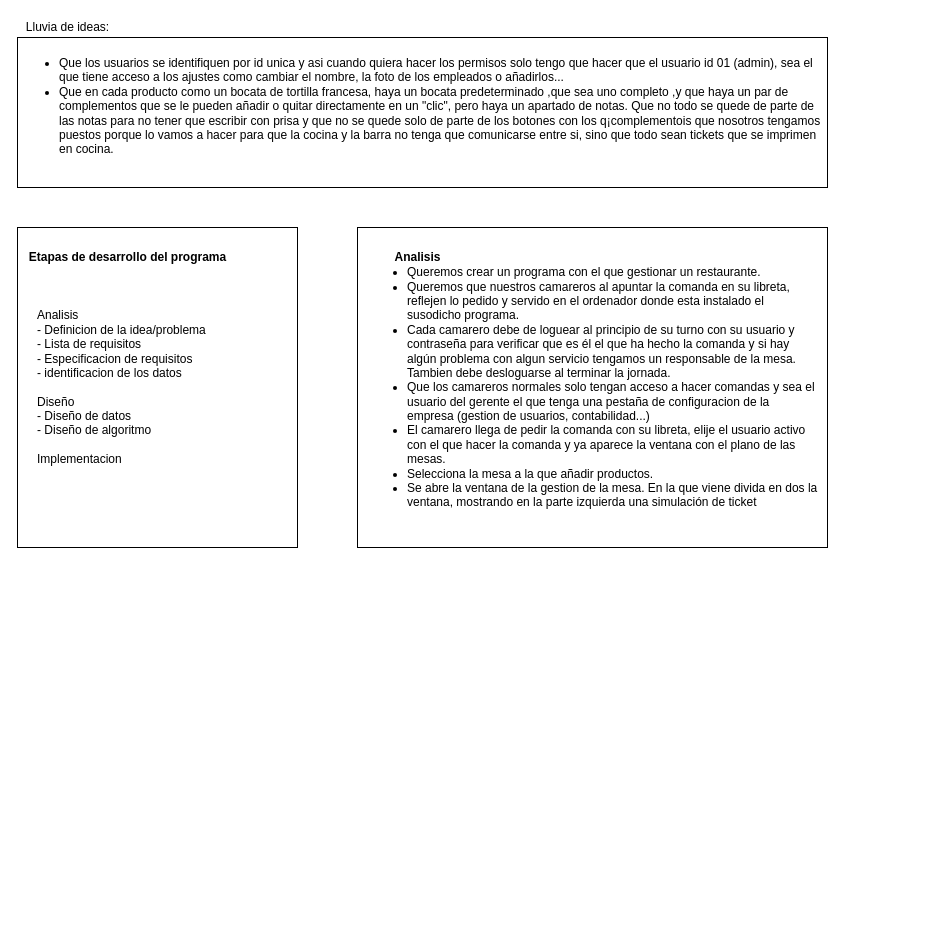
This is page "Problema" (2 of 2) of Diagrama/DiagramaTPV.drawio from pacodelarco/TPV-FranciscoDelArco, a draw.io file, before an edit. Source tidied: cells renumbered, new cells numbered last; positions are measured from the earlier drawing's top-left corner, leaving out a move shared by most shapes. Both pictures are drawn from the tidied source at 100%, with x=0, y=0 at pixel (17, 17).
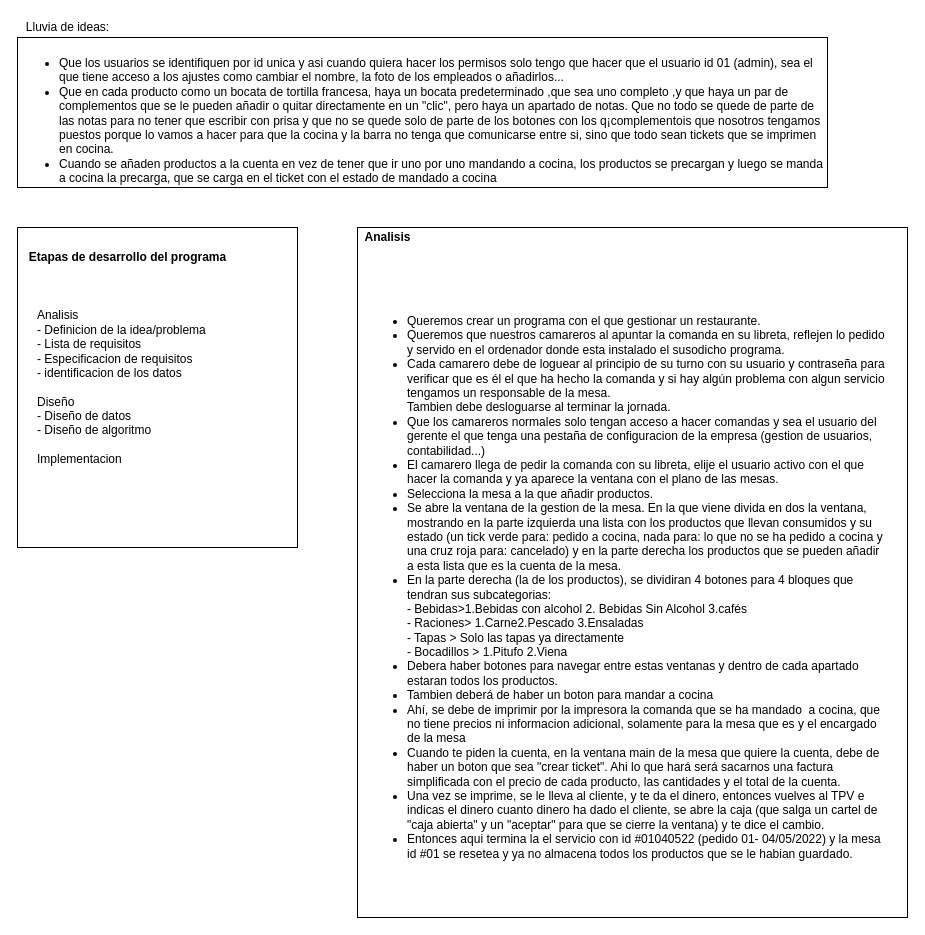
After the change.

Change to the diagram source:
```diff
@@
 <mxGraphModel>
   <root>
     <mxCell id="0" />
     <mxCell id="1" parent="0" />
     <mxCell id="2" value="Analisis&lt;br&gt;- Definicion de la idea/problema&lt;br&gt;- Lista de requisitos&lt;br&gt;- Especificacion de requisitos&lt;br&gt;- identificacion de los datos&lt;br&gt;&lt;br&gt;Diseño&lt;br&gt;- Diseño de datos&lt;br&gt;- Diseño de algoritmo&lt;br&gt;&lt;br&gt;Implementacion" style="whiteSpace=wrap;html=1;align=left;spacingLeft=10;spacing=10;" parent="1" vertex="1">
       <mxGeometry y="210" width="280" height="320" as="geometry" />
     </mxCell>
     <mxCell id="3" value="&lt;b&gt;Etapas de desarrollo del programa&lt;/b&gt;" style="text;html=1;align=center;verticalAlign=middle;strokeColor=none;fillColor=none;" parent="1" vertex="1">
       <mxGeometry x="5" y="230" width="210" height="20" as="geometry" />
     </mxCell>
-    <mxCell id="4" value="&lt;ul style=&quot;font-size: 12px&quot;&gt;&lt;li style=&quot;font-size: 12px&quot;&gt;Queremos crear un programa con el que gestionar un restaurante.&lt;/li&gt;&lt;li style=&quot;font-size: 12px&quot;&gt;Queremos que nuestros camareros al apuntar la comanda en su libreta, reflejen lo pedido y servido en el ordenador donde esta instalado el susodicho programa.&lt;/li&gt;&lt;li style=&quot;font-size: 12px&quot;&gt;Cada camarero debe de loguear al principio de su turno con su usuario y contraseña para verificar que es él el que ha hecho la comanda y si hay algún problema con algun servicio tengamos un responsable de la mesa.&lt;br&gt;Tambien debe desloguarse al terminar la jornada.&lt;/li&gt;&lt;li style=&quot;font-size: 12px&quot;&gt;Que los camareros normales solo tengan acceso a hacer comandas y sea el usuario del gerente el que tenga una pestaña de configuracion de la empresa (gestion de usuarios, contabilidad...)&amp;nbsp;&lt;/li&gt;&lt;li style=&quot;font-size: 12px&quot;&gt;El camarero llega de pedir la comanda con su libreta, elije el usuario activo con el que hacer la comanda y ya aparece la ventana con el plano de las mesas.&lt;/li&gt;&lt;li style=&quot;font-size: 12px&quot;&gt;Selecciona la mesa a la que añadir productos.&lt;/li&gt;&lt;li style=&quot;font-size: 12px&quot;&gt;Se abre la ventana de la gestion de la mesa. En la que viene divida en dos la ventana, mostrando en la parte izquierda una simulación de ticket&amp;nbsp;&amp;nbsp;&lt;/li&gt;&lt;/ul&gt;" style="whiteSpace=wrap;html=1;align=left;spacingLeft=0;spacingRight=0;spacingBottom=0;spacing=10;fontSize=12;verticalAlign=middle;" parent="1" vertex="1">
-      <mxGeometry x="340" y="210" width="470" height="320" as="geometry" />
+    <mxCell id="4" value="&lt;ul style=&quot;font-size: 12px&quot;&gt;&lt;li style=&quot;font-size: 12px&quot;&gt;Queremos crear un programa con el que gestionar un restaurante.&lt;/li&gt;&lt;li style=&quot;font-size: 12px&quot;&gt;Queremos que nuestros camareros al apuntar la comanda en su libreta, reflejen lo pedido y servido en el ordenador donde esta instalado el susodicho programa.&lt;/li&gt;&lt;li style=&quot;font-size: 12px&quot;&gt;Cada camarero debe de loguear al principio de su turno con su usuario y contraseña para verificar que es él el que ha hecho la comanda y si hay algún problema con algun servicio tengamos un responsable de la mesa.&lt;br&gt;Tambien debe desloguarse al terminar la jornada.&lt;/li&gt;&lt;li style=&quot;font-size: 12px&quot;&gt;Que los camareros normales solo tengan acceso a hacer comandas y sea el usuario del gerente el que tenga una pestaña de configuracion de la empresa (gestion de usuarios, contabilidad...)&amp;nbsp;&lt;/li&gt;&lt;li style=&quot;font-size: 12px&quot;&gt;El camarero llega de pedir la comanda con su libreta, elije el usuario activo con el que hacer la comanda y ya aparece la ventana con el plano de las mesas.&lt;/li&gt;&lt;li style=&quot;font-size: 12px&quot;&gt;Selecciona la mesa a la que añadir productos.&lt;/li&gt;&lt;li style=&quot;font-size: 12px&quot;&gt;Se abre la ventana de la gestion de la mesa. En la que viene divida en dos la ventana, mostrando en la parte izquierda una lista con los productos que llevan consumidos y su estado (un tick verde para: pedido a cocina, nada para: lo que no se ha pedido a cocina y una cruz roja para: cancelado) y en la parte derecha los productos que se pueden añadir a esta lista que es la cuenta de la mesa.&lt;br&gt;&lt;/li&gt;&lt;li style=&quot;font-size: 12px&quot;&gt;En la parte derecha (la de los productos), se dividiran 4 botones para 4 bloques que tendran sus subcategorias:&lt;br&gt;- Bebidas&amp;gt;1.Bebidas con alcohol 2. Bebidas Sin Alcohol 3.cafés&lt;br&gt;- Raciones&amp;gt; 1.Carne2.Pescado 3.Ensaladas&lt;br&gt;- Tapas &amp;gt; Solo las tapas ya directamente&lt;br&gt;- Bocadillos &amp;gt; 1.Pitufo 2.Viena&lt;br&gt;&lt;/li&gt;&lt;li style=&quot;font-size: 12px&quot;&gt;Debera haber botones para navegar entre estas ventanas y dentro de cada apartado estaran todos los productos.&lt;/li&gt;&lt;li style=&quot;font-size: 12px&quot;&gt;Tambien deberá de haber un boton para mandar a cocina&lt;/li&gt;&lt;li style=&quot;font-size: 12px&quot;&gt;Ahí, se debe de imprimir por la impresora la comanda que se ha mandado&amp;nbsp; a cocina, que no tiene precios ni informacion adicional, solamente para la mesa que es y el encargado de la mesa&lt;/li&gt;&lt;li style=&quot;font-size: 12px&quot;&gt;Cuando te piden la cuenta, en la ventana main de la mesa que quiere la cuenta, debe de haber un boton que sea &quot;crear ticket&quot;. Ahi lo que hará será sacarnos una factura simplificada con el precio de cada producto, las cantidades y el total de la cuenta.&lt;/li&gt;&lt;li style=&quot;font-size: 12px&quot;&gt;Una vez se imprime, se le lleva al cliente, y te da el dinero, entonces vuelves al TPV e indicas el dinero cuanto dinero ha dado el cliente, se abre la caja (que salga un cartel de &quot;caja abierta&quot; y un &quot;aceptar&quot; para que se cierre la ventana) y te dice el cambio.&amp;nbsp;&lt;/li&gt;&lt;li style=&quot;font-size: 12px&quot;&gt;Entonces aqui termina la el servicio con id #01040522 (pedido 01- 04/05/2022) y la mesa id #01 se resetea y ya no almacena todos los productos que se le habian guardado.&lt;/li&gt;&lt;/ul&gt;" style="whiteSpace=wrap;html=1;align=left;spacingLeft=0;spacingRight=10;spacingBottom=0;spacing=10;fontSize=12;verticalAlign=middle;spacingTop=30;" parent="1" vertex="1">
+      <mxGeometry x="340" y="210" width="550" height="690" as="geometry" />
     </mxCell>
     <mxCell id="5" value="&lt;b&gt;Analisis&lt;/b&gt;" style="text;html=1;align=center;verticalAlign=middle;strokeColor=none;fillColor=none;" parent="1" vertex="1">
-      <mxGeometry x="370" y="230" width="60" height="20" as="geometry" />
+      <mxGeometry x="340" y="210" width="60" height="20" as="geometry" />
     </mxCell>
-    <mxCell id="6" value="&lt;ul&gt;&lt;li&gt;Que los usuarios se identifiquen por id unica y asi cuando quiera hacer los permisos solo tengo que hacer que el usuario id 01 (admin), sea el que tiene acceso a los ajustes como cambiar el nombre, la foto de los empleados o añadirlos...&lt;/li&gt;&lt;li&gt;Que en cada producto como un bocata de tortilla francesa, haya un bocata predeterminado ,que sea uno completo ,y que haya un par de complementos que se le pueden añadir o quitar directamente en un &quot;clic&quot;, pero haya un apartado de notas. Que no todo se quede de parte de las notas para no tener que escribir con prisa y que no se quede solo de parte de los botones con los q¡complementois que nosotros tengamos puestos porque lo vamos a hacer para que la cocina y la barra no tenga que comunicarse entre si, sino que todo sean tickets que se imprimen en cocina.&amp;nbsp;&lt;/li&gt;&lt;/ul&gt;" style="whiteSpace=wrap;html=1;fontSize=12;align=left;verticalAlign=top;" parent="1" vertex="1">
+    <mxCell id="6" value="&lt;ul&gt;&lt;li&gt;Que los usuarios se identifiquen por id unica y asi cuando quiera hacer los permisos solo tengo que hacer que el usuario id 01 (admin), sea el que tiene acceso a los ajustes como cambiar el nombre, la foto de los empleados o añadirlos...&lt;/li&gt;&lt;li&gt;Que en cada producto como un bocata de tortilla francesa, haya un bocata predeterminado ,que sea uno completo ,y que haya un par de complementos que se le pueden añadir o quitar directamente en un &quot;clic&quot;, pero haya un apartado de notas. Que no todo se quede de parte de las notas para no tener que escribir con prisa y que no se quede solo de parte de los botones con los q¡complementois que nosotros tengamos puestos porque lo vamos a hacer para que la cocina y la barra no tenga que comunicarse entre si, sino que todo sean tickets que se imprimen en cocina.&amp;nbsp;&lt;/li&gt;&lt;li&gt;Cuando se añaden productos a la cuenta en vez de tener que ir uno por uno mandando a cocina, los productos se precargan y luego se manda a cocina la precarga, que se carga en el ticket con el estado de mandado a cocina&lt;/li&gt;&lt;/ul&gt;" style="whiteSpace=wrap;html=1;fontSize=12;align=left;verticalAlign=top;" parent="1" vertex="1">
       <mxGeometry y="20" width="810" height="150" as="geometry" />
     </mxCell>
     <mxCell id="7" value="Lluvia de ideas:" style="text;html=1;align=center;verticalAlign=middle;strokeColor=none;fillColor=none;fontSize=12;" parent="1" vertex="1">
       <mxGeometry width="100" height="20" as="geometry" />
     </mxCell>
   </root>
 </mxGraphModel>
```
